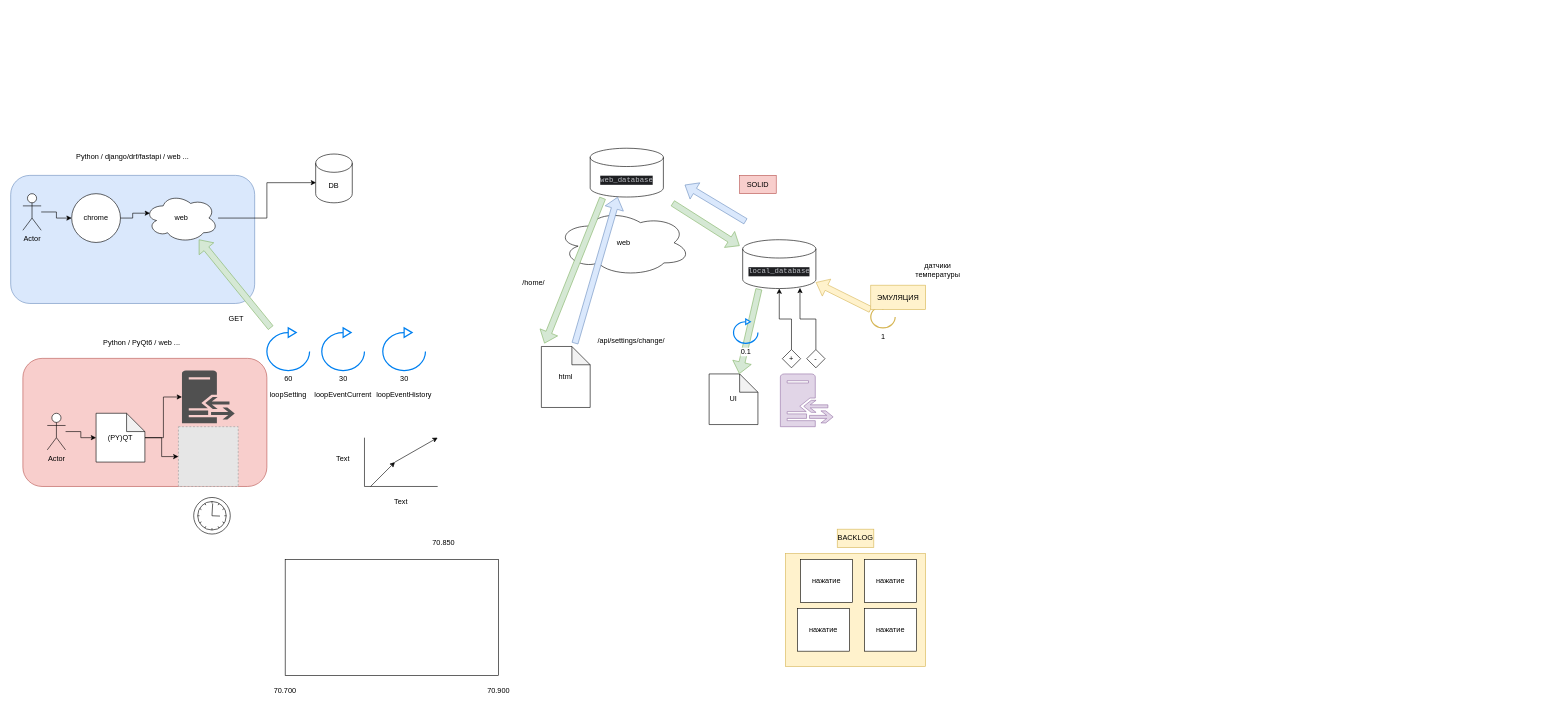
Earlier version of the draw.io diagram projects/7/django_digital_home/схема.drawio (bogdandrienko/PyE-231). Source tidied: cells renumbered, new cells numbered last; positions are measured from the earlier drawing's top-left corner, leaving out a move shared by most shapes. Both pictures are drawn from the tidied source at 61%, with x=0, y=0 at pixel (10, 145). Pictures stored in the file or linked from it are replaced by grey dashed boxes.
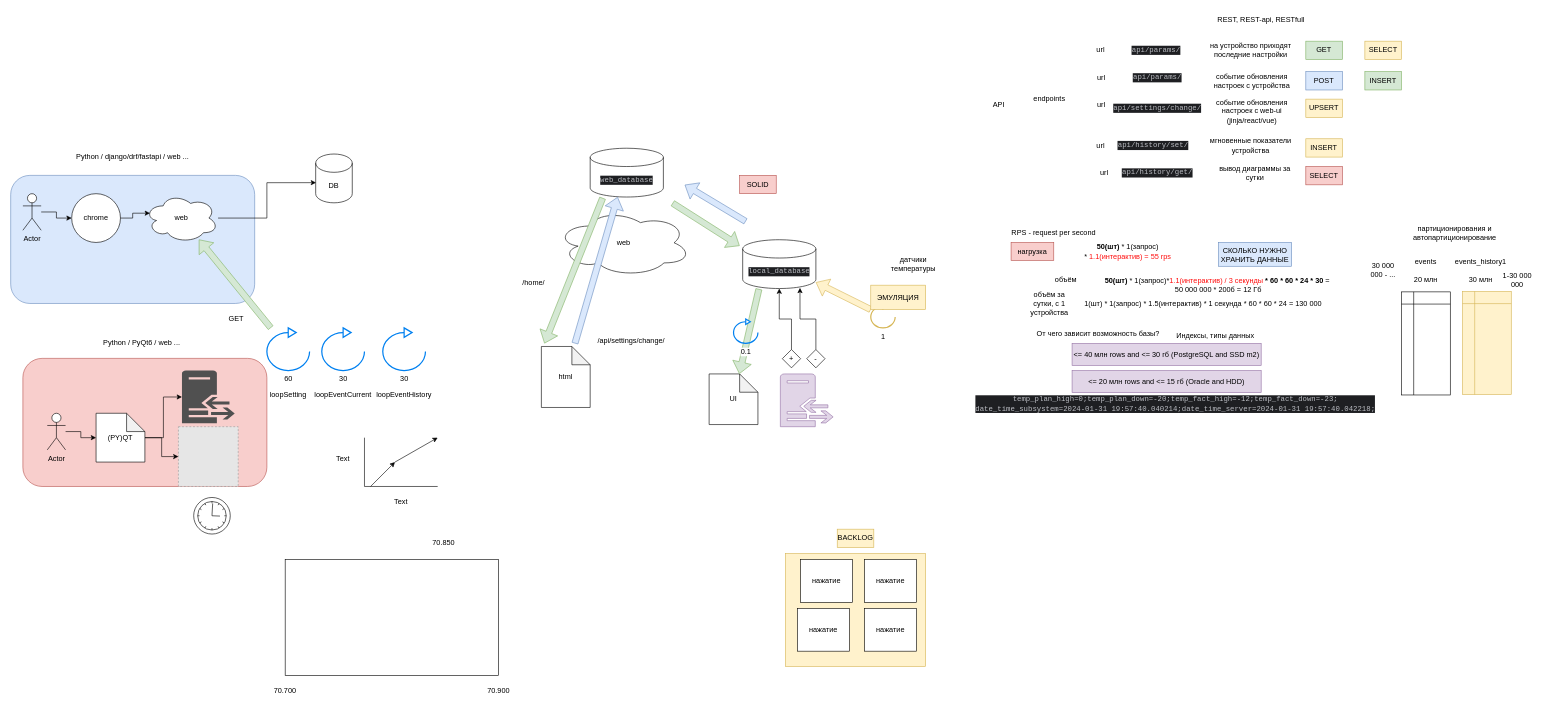
After the change.

What changed in the source:
```diff
@@
     <mxCell id="61" value="датчики температуры" style="text;html=1;strokeColor=none;fillColor=none;align=center;verticalAlign=middle;whiteSpace=wrap;rounded=0;" parent="1" vertex="1">
-      <mxGeometry x="1490" y="190" width="60" height="30" as="geometry" />
+      <mxGeometry x="1450" y="180.5" width="60" height="30" as="geometry" />
     </mxCell>
@@
+    <mxCell id="68" value="API" style="text;html=1;strokeColor=none;fillColor=none;align=center;verticalAlign=middle;whiteSpace=wrap;rounded=0;" parent="1" vertex="1">
+      <mxGeometry x="1590" y="-80" width="60" height="30" as="geometry" />
+    </mxCell>
+    <mxCell id="69" value="endpoints" style="text;html=1;strokeColor=none;fillColor=none;align=center;verticalAlign=middle;whiteSpace=wrap;rounded=0;" parent="1" vertex="1">
+      <mxGeometry x="1673.2" y="-90" width="60" height="30" as="geometry" />
+    </mxCell>
+    <mxCell id="70" value="url" style="text;html=1;strokeColor=none;fillColor=none;align=center;verticalAlign=middle;whiteSpace=wrap;rounded=0;" parent="1" vertex="1">
+      <mxGeometry x="1756.5" y="-170" width="60" height="30" as="geometry" />
+    </mxCell>
+    <mxCell id="71" value="url" style="text;html=1;strokeColor=none;fillColor=none;align=center;verticalAlign=middle;whiteSpace=wrap;rounded=0;" parent="1" vertex="1">
+      <mxGeometry x="1758.2" y="-125" width="60" height="30" as="geometry" />
+    </mxCell>
+    <mxCell id="72" value="url" style="text;html=1;strokeColor=none;fillColor=none;align=center;verticalAlign=middle;whiteSpace=wrap;rounded=0;" parent="1" vertex="1">
+      <mxGeometry x="1758.2" y="-80" width="60" height="30" as="geometry" />
+    </mxCell>
+    <mxCell id="73" value="&lt;div style=&quot;background-color:#1e1f22;color:#bcbec4&quot;&gt;&lt;pre style=&quot;font-family:'JetBrains Mono',monospace;font-size:24,0pt;&quot;&gt;api/params/&lt;/pre&gt;&lt;/div&gt;" style="text;html=1;strokeColor=none;fillColor=none;align=center;verticalAlign=middle;whiteSpace=wrap;rounded=0;" parent="1" vertex="1">
+      <mxGeometry x="1848.2" y="-170" width="60" height="30" as="geometry" />
+    </mxCell>
+    <mxCell id="74" value="на устройство приходят последние настройки" style="text;html=1;strokeColor=none;fillColor=none;align=center;verticalAlign=middle;whiteSpace=wrap;rounded=0;" parent="1" vertex="1">
+      <mxGeometry x="1958.2" y="-170" width="150" height="30" as="geometry" />
+    </mxCell>
+    <mxCell id="75" value="&lt;div style=&quot;background-color:#1e1f22;color:#bcbec4&quot;&gt;&lt;pre style=&quot;font-family:'JetBrains Mono',monospace;font-size:24,0pt;&quot;&gt;&lt;pre style=&quot;border-color: var(--border-color); font-family: &amp;quot;JetBrains Mono&amp;quot;, monospace;&quot;&gt;api/params/&lt;/pre&gt;&lt;/pre&gt;&lt;/div&gt;" style="text;html=1;strokeColor=none;fillColor=none;align=center;verticalAlign=middle;whiteSpace=wrap;rounded=0;" parent="1" vertex="1">
+      <mxGeometry x="1850" y="-125" width="60" height="30" as="geometry" />
+    </mxCell>
+    <mxCell id="76" value="событие обновления настроек с устройства" style="text;html=1;strokeColor=none;fillColor=none;align=center;verticalAlign=middle;whiteSpace=wrap;rounded=0;" parent="1" vertex="1">
+      <mxGeometry x="1960" y="-120" width="150" height="30" as="geometry" />
+    </mxCell>
+    <mxCell id="77" value="&lt;div style=&quot;background-color:#1e1f22;color:#bcbec4&quot;&gt;&lt;pre style=&quot;font-family:'JetBrains Mono',monospace;font-size:24,0pt;&quot;&gt;api/settings/change/&lt;/pre&gt;&lt;/div&gt;" style="text;html=1;strokeColor=none;fillColor=none;align=center;verticalAlign=middle;whiteSpace=wrap;rounded=0;" parent="1" vertex="1">
+      <mxGeometry x="1850" y="-75" width="60" height="30" as="geometry" />
+    </mxCell>
+    <mxCell id="78" value="событие обновления настроек с web-ui (jinja/react/vue)" style="text;html=1;strokeColor=none;fillColor=none;align=center;verticalAlign=middle;whiteSpace=wrap;rounded=0;" parent="1" vertex="1">
+      <mxGeometry x="1960" y="-70" width="150" height="30" as="geometry" />
+    </mxCell>
+    <mxCell id="79" value="&lt;div style=&quot;background-color:#1e1f22;color:#bcbec4&quot;&gt;&lt;pre style=&quot;font-family:'JetBrains Mono',monospace;font-size:24,0pt;&quot;&gt;api/history/set/&lt;/pre&gt;&lt;/div&gt;" style="text;html=1;strokeColor=none;fillColor=none;align=center;verticalAlign=middle;whiteSpace=wrap;rounded=0;" parent="1" vertex="1">
+      <mxGeometry x="1843.2" y="-14.5" width="60" height="30" as="geometry" />
+    </mxCell>
+    <mxCell id="80" value="url" style="text;html=1;strokeColor=none;fillColor=none;align=center;verticalAlign=middle;whiteSpace=wrap;rounded=0;" parent="1" vertex="1">
+      <mxGeometry x="1756.5" y="-14.5" width="60" height="30" as="geometry" />
+    </mxCell>
+    <mxCell id="81" value="мгновенные показатели устройства" style="text;html=1;strokeColor=none;fillColor=none;align=center;verticalAlign=middle;whiteSpace=wrap;rounded=0;" parent="1" vertex="1">
+      <mxGeometry x="1958.2" y="-14.5" width="150" height="30" as="geometry" />
+    </mxCell>
+    <mxCell id="82" value="RPS - request per second" style="text;html=1;strokeColor=none;fillColor=none;align=center;verticalAlign=middle;whiteSpace=wrap;rounded=0;" parent="1" vertex="1">
+      <mxGeometry x="1620" y="130" width="180" height="30" as="geometry" />
+    </mxCell>
+    <mxCell id="83" value="нагрузка" style="text;html=1;strokeColor=#b85450;fillColor=#f8cecc;align=center;verticalAlign=middle;whiteSpace=wrap;rounded=0;" parent="1" vertex="1">
+      <mxGeometry x="1640" y="160" width="70" height="29.5" as="geometry" />
+    </mxCell>
+    <mxCell id="84" value="&lt;b&gt;50(шт)&lt;/b&gt; * 1(запрос)*&lt;font color=&quot;#ff0d0d&quot;&gt;1.1(интерактив) &lt;/font&gt;&lt;font style=&quot;&quot; color=&quot;#ff0d0d&quot;&gt;/ 3&amp;nbsp;cекунды&lt;/font&gt;&lt;b&gt; * 60 * 60 * 24 * 30&lt;/b&gt; =&amp;nbsp;&lt;br&gt;50 000 000 * 200б = 12 Гб" style="text;html=1;strokeColor=none;fillColor=none;align=center;verticalAlign=middle;whiteSpace=wrap;rounded=0;" parent="1" vertex="1">
+      <mxGeometry x="1760" y="215.5" width="440" height="29.5" as="geometry" />
+    </mxCell>
+    <mxCell id="85" value="объём" style="text;html=1;strokeColor=none;fillColor=none;align=center;verticalAlign=middle;whiteSpace=wrap;rounded=0;" parent="1" vertex="1">
+      <mxGeometry x="1700" y="205.5" width="60" height="30" as="geometry" />
+    </mxCell>
+    <mxCell id="86" value="1(шт) * 1(запрос) * 1.5(интерактив)&amp;nbsp;* 1 секунда * 60 * 60 * 24 =&amp;nbsp;130 000" style="text;html=1;strokeColor=none;fillColor=none;align=center;verticalAlign=middle;whiteSpace=wrap;rounded=0;" parent="1" vertex="1">
+      <mxGeometry x="1750" y="240.5" width="410" height="39.5" as="geometry" />
+    </mxCell>
+    <mxCell id="87" value="объём за сутки, с 1 устройства" style="text;html=1;strokeColor=none;fillColor=none;align=center;verticalAlign=middle;whiteSpace=wrap;rounded=0;" parent="1" vertex="1">
+      <mxGeometry x="1673.2" y="245" width="60" height="30" as="geometry" />
+    </mxCell>
+    <mxCell id="88" value="&lt;div style=&quot;background-color:#1e1f22;color:#bcbec4&quot;&gt;&lt;pre style=&quot;font-family:'JetBrains Mono',monospace;font-size:9,8pt;&quot;&gt;temp_plan_high=0;temp_plan_down=-20;temp_fact_high=-12;temp_fact_down=-23;&lt;br/&gt;date_time_subsystem=2024-01-31 19:57:40.040214;date_time_server=2024-01-31 19:57:40.042218;&lt;/pre&gt;&lt;/div&gt;" style="text;html=1;strokeColor=none;fillColor=none;align=center;verticalAlign=middle;whiteSpace=wrap;rounded=0;" parent="1" vertex="1">
+      <mxGeometry x="1826.8" y="410" width="165" height="30" as="geometry" />
+    </mxCell>
+    <mxCell id="89" value="От чего зависит возможность базы?" style="text;html=1;strokeColor=none;fillColor=none;align=center;verticalAlign=middle;whiteSpace=wrap;rounded=0;" parent="1" vertex="1">
+      <mxGeometry x="1673.2" y="295" width="220" height="30.5" as="geometry" />
+    </mxCell>
+    <mxCell id="90" value="Индексы, типы данных" style="text;html=1;strokeColor=none;fillColor=none;align=center;verticalAlign=middle;whiteSpace=wrap;rounded=0;" parent="1" vertex="1">
+      <mxGeometry x="1900" y="295.5" width="150" height="34.5" as="geometry" />
+    </mxCell>
+    <mxCell id="91" value="&amp;lt;= 20 млн rows and &amp;lt;= 15 гб (Oracle and HDD)" style="text;html=1;strokeColor=#9673a6;fillColor=#e1d5e7;align=center;verticalAlign=middle;whiteSpace=wrap;rounded=0;" parent="1" vertex="1">
+      <mxGeometry x="1740" y="370" width="310" height="36" as="geometry" />
+    </mxCell>
+    <mxCell id="92" value="&amp;lt;= 40 млн rows and &amp;lt;= 30 гб (PostgreSQL and SSD m2)" style="text;html=1;strokeColor=#9673a6;fillColor=#e1d5e7;align=center;verticalAlign=middle;whiteSpace=wrap;rounded=0;" parent="1" vertex="1">
+      <mxGeometry x="1740" y="325.5" width="310" height="36" as="geometry" />
+    </mxCell>
+    <mxCell id="93" value="партиционирования и автопартиционирование" style="text;html=1;strokeColor=none;fillColor=none;align=center;verticalAlign=middle;whiteSpace=wrap;rounded=0;" parent="1" vertex="1">
+      <mxGeometry x="2290" y="128" width="155" height="34" as="geometry" />
+    </mxCell>
+    <mxCell id="94" style="shape=internalStorage;whiteSpace=wrap;html=1;backgroundOutline=1;" parent="1" vertex="1">
+      <mxGeometry x="2280" y="241" width="80" height="169" as="geometry" />
+    </mxCell>
+    <mxCell id="95" value="20 млн" style="text;html=1;strokeColor=none;fillColor=none;align=center;verticalAlign=middle;whiteSpace=wrap;rounded=0;" parent="1" vertex="1">
+      <mxGeometry x="2290" y="205.5" width="60" height="30" as="geometry" />
+    </mxCell>
+    <mxCell id="96" style="shape=internalStorage;whiteSpace=wrap;html=1;backgroundOutline=1;fillColor=#fff2cc;strokeColor=#d6b656;" parent="1" vertex="1">
+      <mxGeometry x="2380" y="240.2" width="80" height="169" as="geometry" />
+    </mxCell>
+    <mxCell id="97" value="30 млн" style="text;html=1;strokeColor=none;fillColor=none;align=center;verticalAlign=middle;whiteSpace=wrap;rounded=0;" parent="1" vertex="1">
+      <mxGeometry x="2380" y="205.5" width="60" height="30" as="geometry" />
+    </mxCell>
+    <mxCell id="98" value="events" style="text;html=1;strokeColor=none;fillColor=none;align=center;verticalAlign=middle;whiteSpace=wrap;rounded=0;" parent="1" vertex="1">
+      <mxGeometry x="2290" y="175.5" width="60" height="30" as="geometry" />
+    </mxCell>
+    <mxCell id="99" value="events_history1" style="text;html=1;strokeColor=none;fillColor=none;align=center;verticalAlign=middle;whiteSpace=wrap;rounded=0;" parent="1" vertex="1">
+      <mxGeometry x="2380" y="175.5" width="60" height="30" as="geometry" />
+    </mxCell>
+    <mxCell id="100" value="1-30 000 000" style="text;html=1;strokeColor=none;fillColor=none;align=center;verticalAlign=middle;whiteSpace=wrap;rounded=0;" parent="1" vertex="1">
+      <mxGeometry x="2440" y="205.5" width="60" height="30" as="geometry" />
+    </mxCell>
+    <mxCell id="101" value="30 000 000 - ..." style="text;html=1;strokeColor=none;fillColor=none;align=center;verticalAlign=middle;whiteSpace=wrap;rounded=0;" parent="1" vertex="1">
+      <mxGeometry x="2220" y="189.5" width="60" height="30" as="geometry" />
+    </mxCell>
+    <mxCell id="102" value="СКОЛЬКО НУЖНО ХРАНИТЬ ДАННЫЕ" style="text;html=1;strokeColor=#6c8ebf;fillColor=#dae8fc;align=center;verticalAlign=middle;whiteSpace=wrap;rounded=0;" parent="1" vertex="1">
+      <mxGeometry x="1980" y="160" width="120" height="39" as="geometry" />
+    </mxCell>
+    <mxCell id="103" value="SELECT" style="text;html=1;strokeColor=#d6b656;fillColor=#fff2cc;align=center;verticalAlign=middle;whiteSpace=wrap;rounded=0;" parent="1" vertex="1">
+      <mxGeometry x="2220" y="-170" width="60" height="30" as="geometry" />
+    </mxCell>
+    <mxCell id="104" value="INSERT" style="text;html=1;strokeColor=#82b366;fillColor=#d5e8d4;align=center;verticalAlign=middle;whiteSpace=wrap;rounded=0;" parent="1" vertex="1">
+      <mxGeometry x="2220" y="-120" width="60" height="30" as="geometry" />
+    </mxCell>
+    <mxCell id="105" value="UPSERT" style="text;html=1;strokeColor=#d6b656;fillColor=#fff2cc;align=center;verticalAlign=middle;whiteSpace=wrap;rounded=0;" parent="1" vertex="1">
+      <mxGeometry x="2123.2" y="-75" width="60" height="30" as="geometry" />
+    </mxCell>
+    <mxCell id="106" value="INSERT" style="text;html=1;strokeColor=#d6b656;fillColor=#fff2cc;align=center;verticalAlign=middle;whiteSpace=wrap;rounded=0;" parent="1" vertex="1">
+      <mxGeometry x="2123.2" y="-10" width="60" height="30" as="geometry" />
+    </mxCell>
+    <mxCell id="107" value="&lt;div style=&quot;background-color:#1e1f22;color:#bcbec4&quot;&gt;&lt;pre style=&quot;font-family:'JetBrains Mono',monospace;font-size:24,0pt;&quot;&gt;api/history/get/&lt;/pre&gt;&lt;/div&gt;" style="text;html=1;strokeColor=none;fillColor=none;align=center;verticalAlign=middle;whiteSpace=wrap;rounded=0;" parent="1" vertex="1">
+      <mxGeometry x="1850" y="31" width="60" height="30" as="geometry" />
+    </mxCell>
+    <mxCell id="108" value="url" style="text;html=1;strokeColor=none;fillColor=none;align=center;verticalAlign=middle;whiteSpace=wrap;rounded=0;" parent="1" vertex="1">
+      <mxGeometry x="1763.2" y="31" width="60" height="30" as="geometry" />
+    </mxCell>
+    <mxCell id="109" value="вывод диаграммы за сутки" style="text;html=1;strokeColor=none;fillColor=none;align=center;verticalAlign=middle;whiteSpace=wrap;rounded=0;" parent="1" vertex="1">
+      <mxGeometry x="1965" y="31" width="150" height="30" as="geometry" />
+    </mxCell>
+    <mxCell id="110" value="SELECT" style="text;html=1;strokeColor=#b85450;fillColor=#f8cecc;align=center;verticalAlign=middle;whiteSpace=wrap;rounded=0;" parent="1" vertex="1">
+      <mxGeometry x="2123.2" y="35.5" width="60" height="30" as="geometry" />
+    </mxCell>
+    <mxCell id="111" value="&lt;b style=&quot;border-color: var(--border-color);&quot;&gt;50(шт)&lt;/b&gt;&amp;nbsp;* 1(запрос) *&amp;nbsp;&lt;font style=&quot;border-color: var(--border-color);&quot; color=&quot;#ff0d0d&quot;&gt;1.1(интерактив) = 55 rps&lt;/font&gt;" style="text;html=1;strokeColor=none;fillColor=none;align=center;verticalAlign=middle;whiteSpace=wrap;rounded=0;" parent="1" vertex="1">
+      <mxGeometry x="1733.2" y="160" width="196.8" height="30" as="geometry" />
+    </mxCell>
+    <mxCell id="112" value="GET" style="text;html=1;strokeColor=#82b366;fillColor=#d5e8d4;align=center;verticalAlign=middle;whiteSpace=wrap;rounded=0;" parent="1" vertex="1">
+      <mxGeometry x="2123.2" y="-170" width="60" height="30" as="geometry" />
+    </mxCell>
+    <mxCell id="113" value="POST" style="text;html=1;strokeColor=#6c8ebf;fillColor=#dae8fc;align=center;verticalAlign=middle;whiteSpace=wrap;rounded=0;" parent="1" vertex="1">
+      <mxGeometry x="2123.2" y="-120" width="60" height="30" as="geometry" />
+    </mxCell>
+    <mxCell id="114" value="REST, REST-api, RESTfull" style="text;html=1;strokeColor=none;fillColor=none;align=center;verticalAlign=middle;whiteSpace=wrap;rounded=0;" parent="1" vertex="1">
+      <mxGeometry x="1950" y="-220" width="200" height="30" as="geometry" />
+    </mxCell>
```
